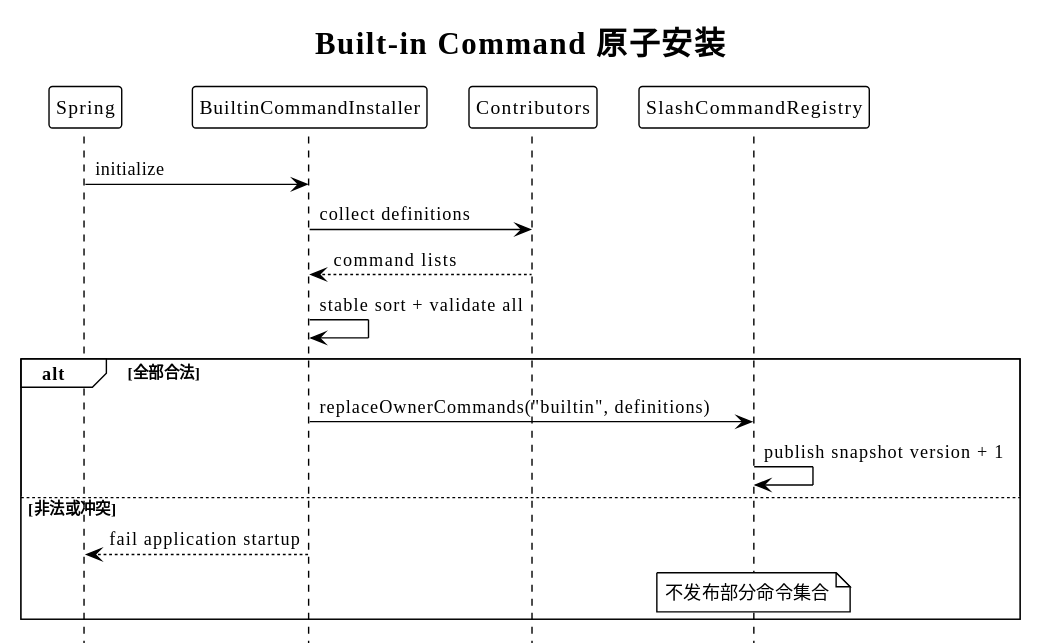
This is diagrams/builtin-command/08-atomic-install.svg from superheromeZzh/pi-mono-java-design, a PlantUML export, as it was before one commit. Its diagram source:
```plantuml
@startuml
!theme plain
!pragma layout smetana
skinparam defaultFontName "PingFang SC"
skinparam shadowing false
skinparam backgroundColor transparent
hide footbox
title Built-in Command 原子安装

participant Spring as S
participant BuiltinCommandInstaller as I
participant Contributors as C
participant SlashCommandRegistry as R

S -> I : initialize
I -> C : collect definitions
C --> I : command lists
I -> I : stable sort + validate all
alt 全部合法
  I -> R : replaceOwnerCommands("builtin", definitions)
  R -> R : publish snapshot version + 1
else 非法或冲突
  I --> S : fail application startup
  note over R
    不发布部分命令集合
  end note
end
@enduml
```
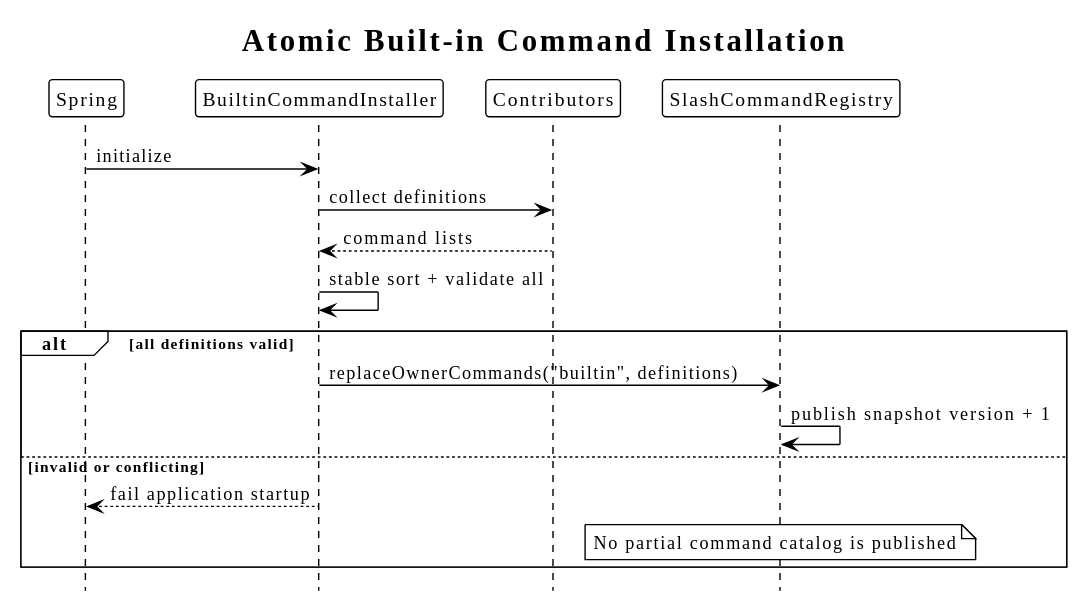
After the commit.

The edit, as a diff of the source:
```diff
@@ -1,11 +1,11 @@
 @startuml
 !theme plain
 !pragma layout smetana
-skinparam defaultFontName "PingFang SC"
+skinparam defaultFontName "SansSerif"
 skinparam shadowing false
 skinparam backgroundColor transparent
 hide footbox
-title Built-in Command 原子安装
+title Atomic Built-in Command Installation
 
 participant Spring as S
 participant BuiltinCommandInstaller as I
@@ -16,13 +16,13 @@
 I -> C : collect definitions
 C --> I : command lists
 I -> I : stable sort + validate all
-alt 全部合法
+alt all definitions valid
   I -> R : replaceOwnerCommands("builtin", definitions)
   R -> R : publish snapshot version + 1
-else 非法或冲突
+else invalid or conflicting
   I --> S : fail application startup
   note over R
-    不发布部分命令集合
+    No partial command catalog is published
   end note
 end
 @enduml
```
